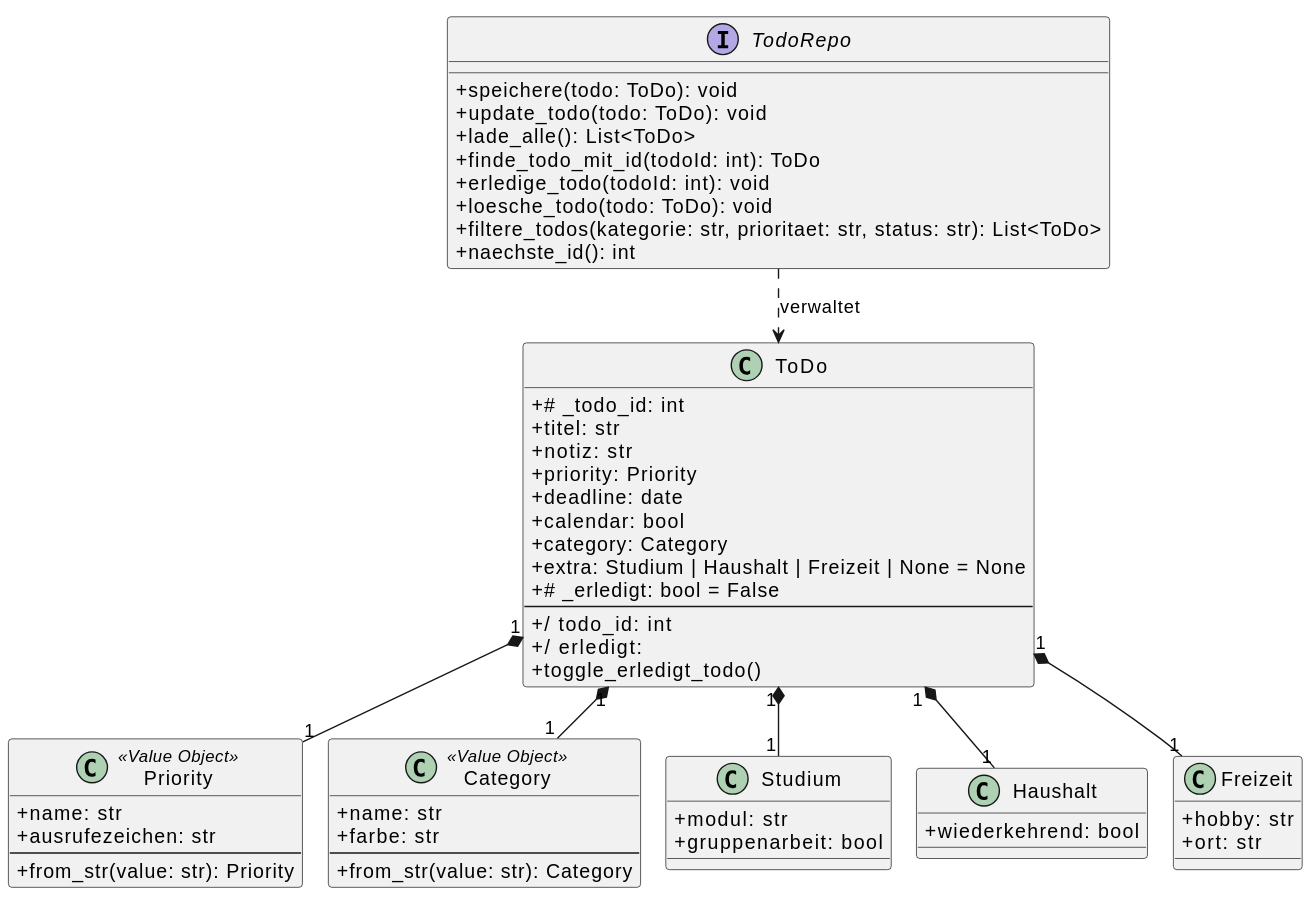
Earlier version of the PlantUML export out/domaenenmodell/domaenenmodell.svg (f0xon/Softwareprojekt-Studyplaner).
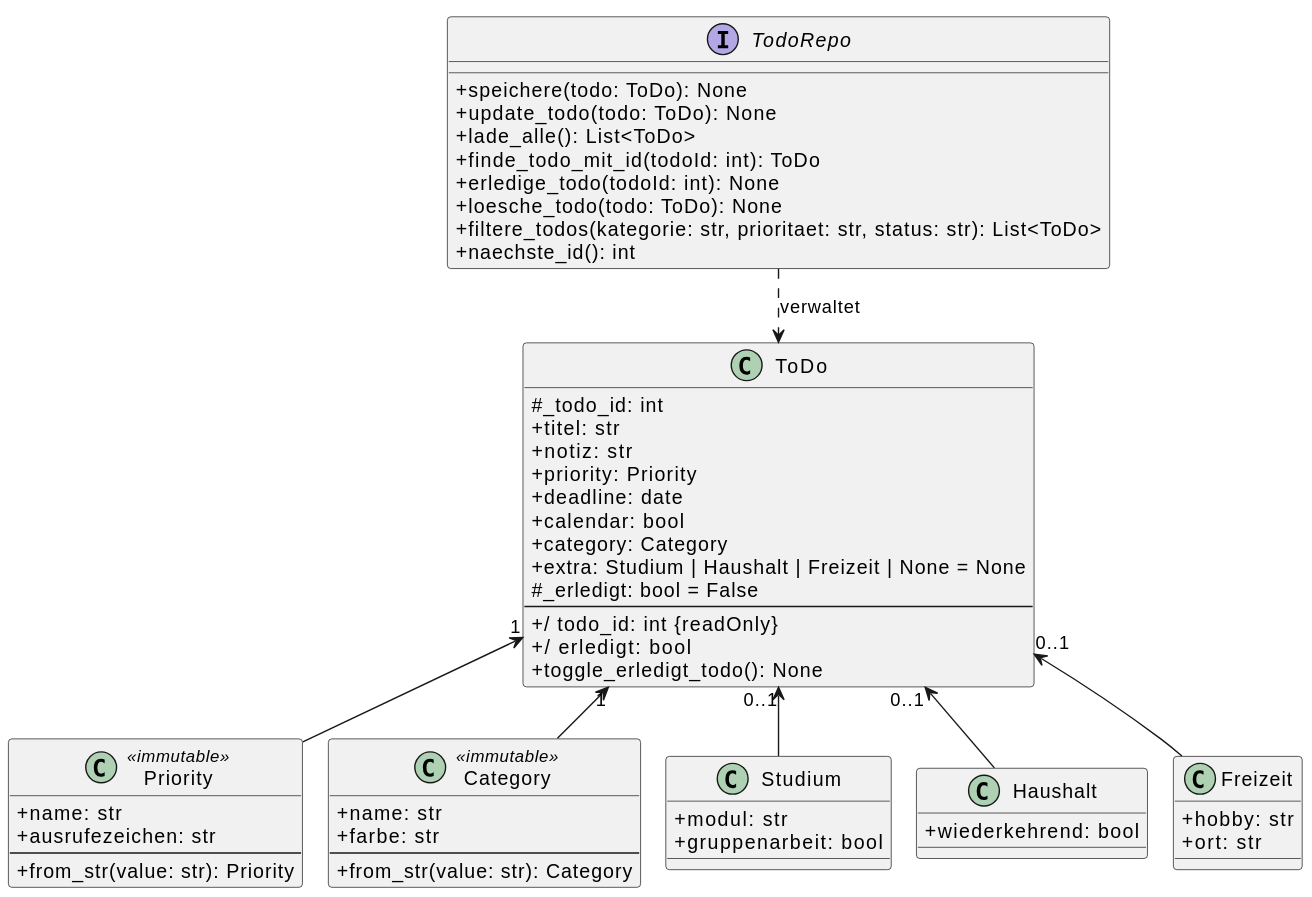
After the change.

Diff of the diagram source:
```diff
@@ -4,7 +4,7 @@
 skinparam classAttributeIconSize 0
 
 class ToDo {
-  +# _todo_id: int
+  # _todo_id: int
   + titel: str
   + notiz: str
   + priority: Priority
@@ -12,21 +12,21 @@
   + calendar: bool
   + category: Category
   + extra: Studium | Haushalt | Freizeit | None = None
-  +# _erledigt: bool = False
+  # _erledigt: bool = False
   --
-  +/ todo_id: int
-  +/ erledigt:
-  + toggle_erledigt_todo()
+  +/ todo_id: int {readOnly}
+  +/ erledigt: bool
+  + toggle_erledigt_todo(): None
 }
 
-class Priority <<Value Object>> {
+class Priority <<immutable>> {
   + name: str
   + ausrufezeichen: str
   --
   + from_str(value: str): Priority
 }
 
-class Category <<Value Object>> {
+class Category <<immutable>> {
   + name: str
   + farbe: str
   --
@@ -48,22 +48,22 @@
 }
 
 interface TodoRepo {
-  + speichere(todo: ToDo): void
-  + update_todo(todo: ToDo): void
+  + speichere(todo: ToDo): None
+  + update_todo(todo: ToDo): None
   + lade_alle(): List<ToDo>
   + finde_todo_mit_id(todoId: int): ToDo
-  + erledige_todo(todoId: int): void
-  + loesche_todo(todo: ToDo): void
+  + erledige_todo(todoId: int): None
+  + loesche_todo(todo: ToDo): None
   + filtere_todos(kategorie: str, prioritaet: str, status: str): List<ToDo>
   + naechste_id(): int
 }
 
-ToDo "1" *-- "1" Studium
-ToDo "1" *-- "1" Haushalt
-ToDo "1" *-- "1" Freizeit
+ToDo "0..1" <-- Studium
+ToDo "0..1" <--  Haushalt
+ToDo "0..1" <--  Freizeit
 
-ToDo "1" *-- "1" Priority
-ToDo "1" *-- "1" Category
+ToDo "1" <--  Priority
+ToDo "1" <--  Category
 TodoRepo ..> ToDo : verwaltet
 
 @enduml
```
